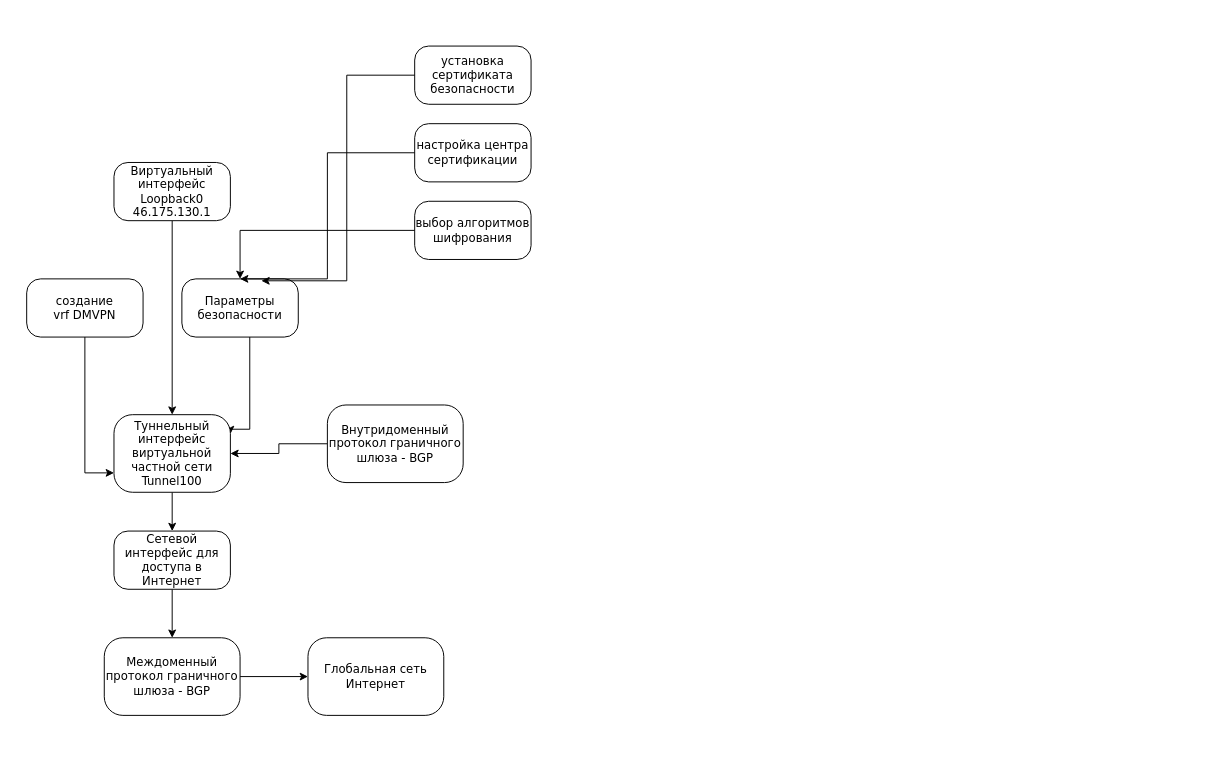
Above: Untitled Diagram.drawio in wannabecyborg/ethical-hacking-from-scratch (draw.io), before the change. Source tidied: cells renumbered, new cells numbered last; positions are measured from the earlier drawing's top-left corner, leaving out a move shared by most shapes. Both pictures are drawn from the tidied source at 97%, with x=0, y=0 at pixel (26, 46).
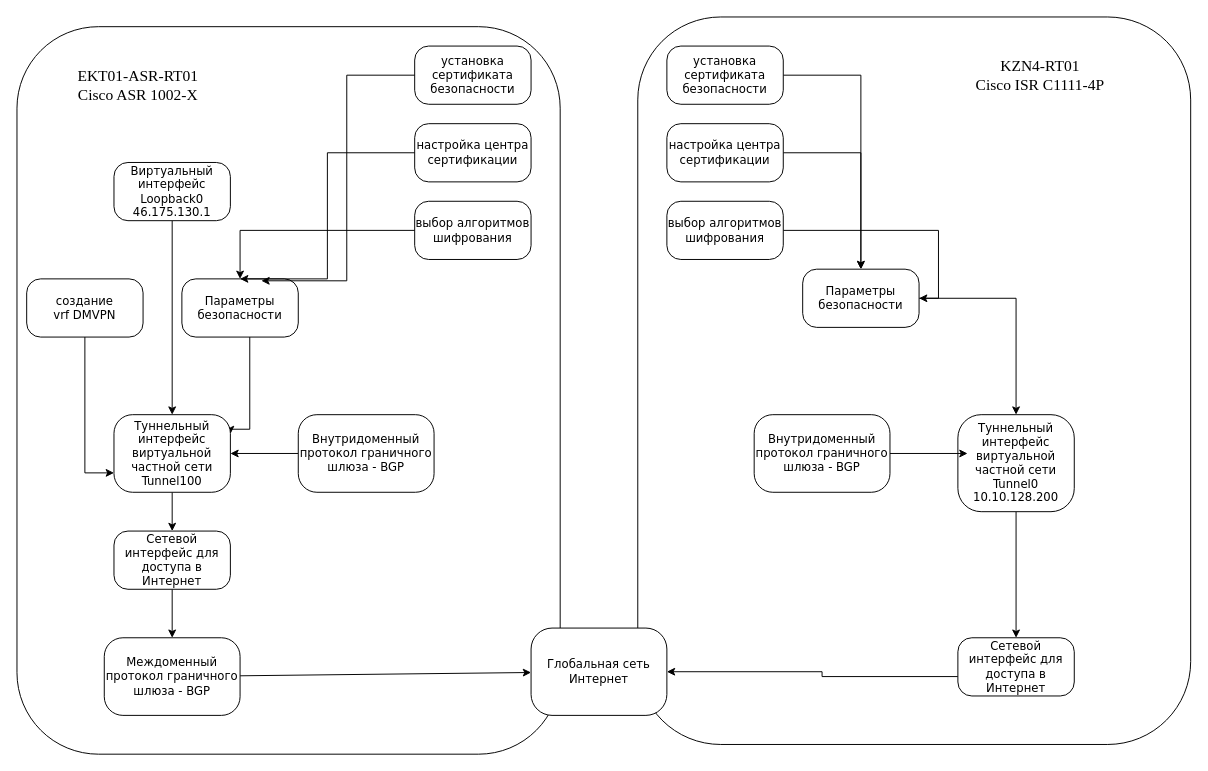
The same page after the edit.

The change refers to these unchanged cells:
```xml
<mxCell id="8" value="Туннельный интерфейс виртуальной частной сети Tunnel100" style="rounded=1;whiteSpace=wrap;html=1;arcSize=24;shadow=0;comic=0;labelBackgroundColor=none;fontFamily=Verdana;fontSize=12;align=center;" parent="1" vertex="1">
  <mxGeometry x="90" y="380" width="120" height="80" as="geometry" />
</mxCell>
<mxCell id="18" value="Междоменный протокол граничного шлюза - BGP" style="rounded=1;whiteSpace=wrap;html=1;arcSize=24;shadow=0;comic=0;labelBackgroundColor=none;fontFamily=Verdana;fontSize=12;align=center;" parent="1" vertex="1">
  <mxGeometry x="80" y="610" width="140" height="80" as="geometry" />
</mxCell>
```

Diff of the diagram source:
```diff
@@
+    <mxCell id="23" style="rounded=1;whiteSpace=wrap;html=1;" parent="1" vertex="1">
+      <mxGeometry x="630" y="-30" width="570" height="750" as="geometry" />
+    </mxCell>
+    <mxCell id="24" style="rounded=1;whiteSpace=wrap;html=1;" parent="1" vertex="1">
+      <mxGeometry x="-10" y="-20" width="560" height="750" as="geometry" />
+    </mxCell>
@@
-    <mxCell id="16" value="Глобальная сеть Интернет" style="rounded=1;whiteSpace=wrap;html=1;arcSize=24;shadow=0;comic=0;labelBackgroundColor=none;fontFamily=Verdana;fontSize=12;align=center;" parent="1" vertex="1">
-      <mxGeometry x="290" y="610" width="140" height="80" as="geometry" />
-    </mxCell>
-    <mxCell id="17" style="edgeStyle=orthogonalEdgeStyle;rounded=0;jettySize=auto;html=1;" parent="1" edge="1" source="18" target="16">
+    <mxCell id="17" style="rounded=0;jettySize=auto;html=1;" parent="1" edge="1" source="18" target="16">
       <mxGeometry relative="1" as="geometry" />
     </mxCell>
@@
-    <mxCell id="19" style="edgeStyle=orthogonalEdgeStyle;rounded=0;jettySize=auto;html=1;exitX=0;exitY=0.5;exitDx=0;exitDy=0;" parent="1" edge="1" source="20" target="8">
+    <mxCell id="19" style="rounded=0;jettySize=auto;html=1;exitX=0;exitY=0.5;exitDx=0;exitDy=0;" parent="1" edge="1" source="20" target="8">
       <mxGeometry relative="1" as="geometry" />
     </mxCell>
     <mxCell id="20" value="Внутридоменный протокол граничного шлюза - BGP" style="rounded=1;whiteSpace=wrap;html=1;arcSize=24;shadow=0;comic=0;labelBackgroundColor=none;fontFamily=Verdana;fontSize=12;align=center;" parent="1" vertex="1">
-      <mxGeometry x="310" y="370" width="140" height="80" as="geometry" />
+      <mxGeometry x="280" y="380" width="140" height="80" as="geometry" />
     </mxCell>
@@
+    <mxCell id="25" style="edgeStyle=orthogonalEdgeStyle;rounded=0;jettySize=auto;html=1;" parent="1" edge="1" source="26" target="40">
+      <mxGeometry relative="1" as="geometry" />
+    </mxCell>
+    <mxCell id="26" value="настройка центра сертификации " style="rounded=1;whiteSpace=wrap;html=1;arcSize=24;shadow=0;comic=0;labelBackgroundColor=none;fontFamily=Verdana;fontSize=12;align=center;" parent="1" vertex="1">
+      <mxGeometry x="660" y="80" width="120" height="60" as="geometry" />
+    </mxCell>
+    <mxCell id="27" style="edgeStyle=orthogonalEdgeStyle;rounded=0;jettySize=auto;html=1;" parent="1" edge="1" source="28" target="40">
+      <mxGeometry relative="1" as="geometry" />
+    </mxCell>
+    <mxCell id="28" value="установка сертификата безопасности" style="rounded=1;whiteSpace=wrap;html=1;arcSize=24;shadow=0;comic=0;labelBackgroundColor=none;fontFamily=Verdana;fontSize=12;align=center;" parent="1" vertex="1">
+      <mxGeometry x="660" width="120" height="60" as="geometry" />
+    </mxCell>
+    <mxCell id="29" style="edgeStyle=orthogonalEdgeStyle;rounded=0;jettySize=auto;html=1;entryX=1;entryY=0.5;entryDx=0;entryDy=0;" parent="1" edge="1" source="30" target="40">
+      <mxGeometry relative="1" as="geometry" />
+    </mxCell>
+    <mxCell id="30" value="&lt;div&gt;выбор алгоритмов&lt;/div&gt;&lt;div&gt;шифрования&lt;br&gt;&lt;/div&gt;" style="rounded=1;whiteSpace=wrap;html=1;arcSize=24;shadow=0;comic=0;labelBackgroundColor=none;fontFamily=Verdana;fontSize=12;align=center;" parent="1" vertex="1">
+      <mxGeometry x="660" y="160" width="120" height="60" as="geometry" />
+    </mxCell>
+    <mxCell id="31" style="edgeStyle=orthogonalEdgeStyle;rounded=0;jettySize=auto;html=1;exitX=0.5;exitY=1;exitDx=0;exitDy=0;" parent="1" edge="1" source="32" target="36">
+      <mxGeometry relative="1" as="geometry" />
+    </mxCell>
+    <mxCell id="32" value="&lt;div&gt;Туннельный интерфейс виртуальной частной сети Tunnel0&lt;/div&gt;&lt;div&gt;10.10.128.200 &lt;br&gt;&lt;/div&gt;" style="rounded=1;whiteSpace=wrap;html=1;arcSize=24;shadow=0;comic=0;labelBackgroundColor=none;fontFamily=Verdana;fontSize=12;align=center;" parent="1" vertex="1">
+      <mxGeometry x="960" y="380" width="120" height="100" as="geometry" />
+    </mxCell>
+    <mxCell id="33" style="edgeStyle=orthogonalEdgeStyle;rounded=0;jettySize=auto;html=1;entryX=0.083;entryY=0.4;entryDx=0;entryDy=0;entryPerimeter=0;" parent="1" edge="1" source="34" target="32">
+      <mxGeometry relative="1" as="geometry" />
+    </mxCell>
+    <mxCell id="34" value="Внутридоменный протокол граничного шлюза - BGP" style="rounded=1;whiteSpace=wrap;html=1;arcSize=24;shadow=0;comic=0;labelBackgroundColor=none;fontFamily=Verdana;fontSize=12;align=center;" parent="1" vertex="1">
+      <mxGeometry x="750" y="380" width="140" height="80" as="geometry" />
+    </mxCell>
+    <mxCell id="35" style="edgeStyle=orthogonalEdgeStyle;rounded=0;jettySize=auto;html=1;entryX=1;entryY=0.5;entryDx=0;entryDy=0;" parent="1" edge="1" source="36" target="16">
+      <mxGeometry relative="1" as="geometry">
+        <Array as="points">
+          <mxPoint x="820" y="650" />
+        </Array>
+      </mxGeometry>
+    </mxCell>
+    <mxCell id="36" value="Сетевой интерфейс для доступа в Интернет" style="rounded=1;whiteSpace=wrap;html=1;arcSize=24;shadow=0;comic=0;labelBackgroundColor=none;fontFamily=Verdana;fontSize=12;align=center;" parent="1" vertex="1">
+      <mxGeometry x="960" y="610" width="120" height="60" as="geometry" />
+    </mxCell>
+    <mxCell id="37" value="&lt;div style=&quot;font-size: 16px;&quot;&gt;&lt;font style=&quot;font-size: 16px;&quot; face=&quot;Times New Roman&quot;&gt;EKT01-ASR-RT01&lt;/font&gt;&lt;/div&gt;&lt;div style=&quot;font-size: 16px;&quot;&gt;&lt;font style=&quot;font-size: 16px;&quot; face=&quot;Times New Roman&quot;&gt;Cisco ASR 1002-X&lt;br&gt;&lt;/font&gt;&lt;/div&gt;" style="text;html=1;strokeColor=none;fillColor=none;align=center;verticalAlign=middle;whiteSpace=wrap;rounded=0;" parent="1" vertex="1">
+      <mxGeometry x="10" y="10" width="210" height="60" as="geometry" />
+    </mxCell>
+    <mxCell id="38" value="&lt;div style=&quot;font-size: 16px;&quot;&gt;&lt;font style=&quot;font-size: 16px;&quot; face=&quot;Times New Roman&quot;&gt;KZN4-RT01&lt;/font&gt;&lt;/div&gt;&lt;div style=&quot;font-size: 16px;&quot;&gt;&lt;font style=&quot;font-size: 16px;&quot; face=&quot;Times New Roman&quot;&gt;Cisco ISR C1111-4P&lt;br&gt;&lt;/font&gt;&lt;/div&gt;" style="text;html=1;strokeColor=none;fillColor=none;align=center;verticalAlign=middle;whiteSpace=wrap;rounded=0;" parent="1" vertex="1">
+      <mxGeometry x="940" width="210" height="60" as="geometry" />
+    </mxCell>
+    <mxCell id="39" style="edgeStyle=orthogonalEdgeStyle;rounded=0;jettySize=auto;html=1;" parent="1" edge="1" source="40" target="32">
+      <mxGeometry relative="1" as="geometry" />
+    </mxCell>
+    <mxCell id="40" value="Параметры безопасности" style="rounded=1;whiteSpace=wrap;html=1;arcSize=24;shadow=0;comic=0;labelBackgroundColor=none;fontFamily=Verdana;fontSize=12;align=center;" parent="1" vertex="1">
+      <mxGeometry x="800" y="230" width="120" height="60" as="geometry" />
+    </mxCell>
+    <mxCell id="16" value="Глобальная сеть Интернет" style="rounded=1;whiteSpace=wrap;html=1;arcSize=24;shadow=0;comic=0;labelBackgroundColor=none;fontFamily=Verdana;fontSize=12;align=center;" parent="1" vertex="1">
+      <mxGeometry x="520" y="600" width="140" height="90" as="geometry" />
+    </mxCell>
```
